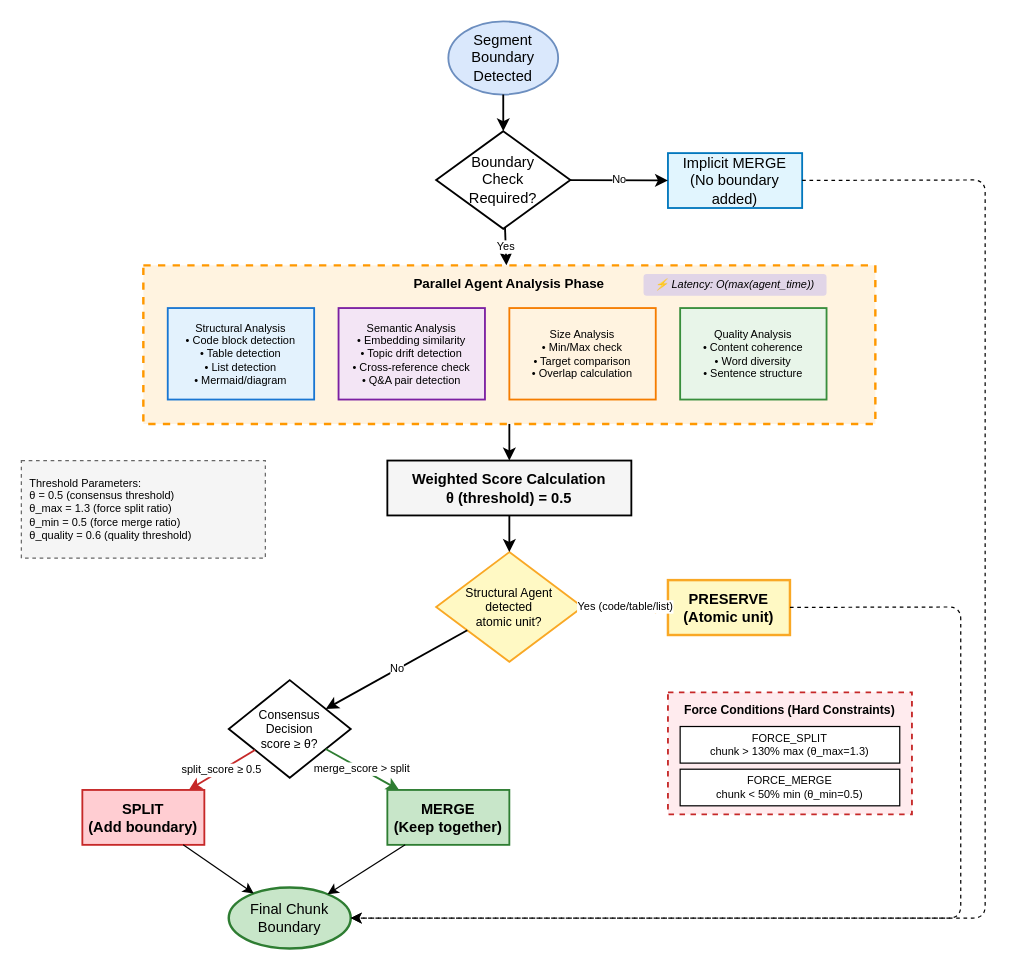
The draw.io diagram diagrams/drawio/02_decision_pipeline.drawio in EngindalgaMaku/ebars, before the edit. Source tidied: cells renumbered, new cells numbered last; positions are measured from the earlier drawing's top-left corner, leaving out a move shared by most shapes. Both pictures are drawn from the tidied source at 122%, with x=0, y=0 at pixel (21, 21).
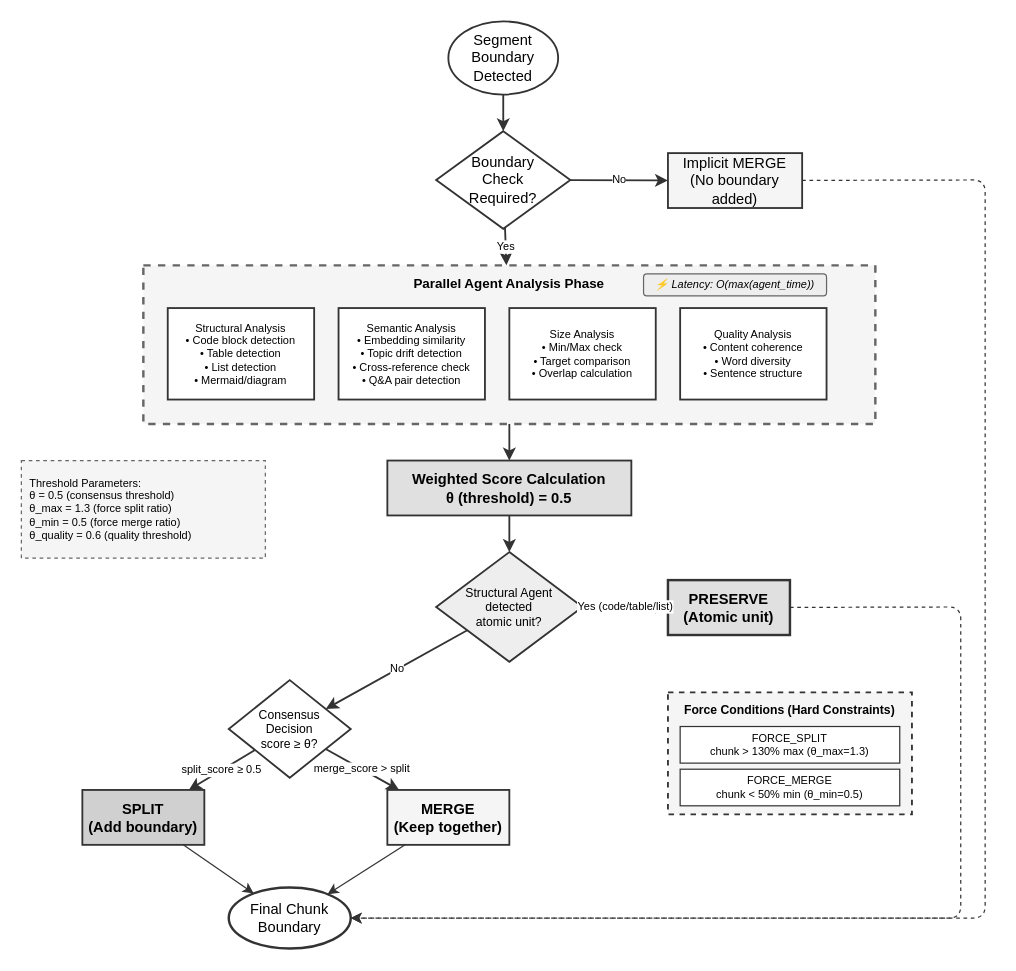
After the change.

The edit, as a diff of the source:
```diff
@@
-    <mxCell id="2" value="Segment&#10;Boundary&#10;Detected" style="ellipse;whiteSpace=wrap;html=1;fillColor=#dae8fc;strokeColor=#6c8ebf;strokeWidth=1.5;" parent="1" vertex="1">
+    <mxCell id="2" value="Segment&#10;Boundary&#10;Detected" style="ellipse;whiteSpace=wrap;html=1;fillColor=#ffffff;strokeColor=#333333;strokeWidth=1.5;" parent="1" vertex="1">
       <mxGeometry x="350" width="90" height="60" as="geometry" />
     </mxCell>
-    <mxCell id="3" value="Boundary&#10;Check&#10;Required?" style="rhombus;whiteSpace=wrap;html=1;fillColor=#ffffff;strokeColor=#000000;strokeWidth=1.5;" parent="1" vertex="1">
+    <mxCell id="3" value="Boundary&#10;Check&#10;Required?" style="rhombus;whiteSpace=wrap;html=1;fillColor=#ffffff;strokeColor=#333333;strokeWidth=1.5;" parent="1" vertex="1">
       <mxGeometry x="340" y="90" width="110" height="80" as="geometry" />
     </mxCell>
-    <mxCell id="4" value="Implicit MERGE&#10;(No boundary added)" style="rounded=0;whiteSpace=wrap;html=1;fillColor=#e1f5fe;strokeColor=#0277bd;strokeWidth=1.5;" parent="1" vertex="1">
+    <mxCell id="4" value="Implicit MERGE&#10;(No boundary added)" style="rounded=0;whiteSpace=wrap;html=1;fillColor=#f5f5f5;strokeColor=#333333;strokeWidth=1.5;" parent="1" vertex="1">
       <mxGeometry x="530" y="108" width="110" height="45" as="geometry" />
     </mxCell>
-    <mxCell id="5" style="rounded=0;whiteSpace=wrap;html=1;fillColor=#fff3e0;strokeColor=#ff9800;strokeWidth=2;dashed=1;" parent="1" vertex="1">
+    <mxCell id="5" style="rounded=0;whiteSpace=wrap;html=1;fillColor=#f5f5f5;strokeColor=#666666;strokeWidth=2;dashed=1;" parent="1" vertex="1">
       <mxGeometry x="100" y="200" width="600" height="130" as="geometry" />
     </mxCell>
@@
-    <mxCell id="7" value="⚡ Latency: O(max(agent_time))" style="text;html=1;strokeColor=none;fillColor=#e1d5e7;align=center;verticalAlign=middle;whiteSpace=wrap;rounded=1;fontSize=9;fontStyle=2;" parent="1" vertex="1">
+    <mxCell id="7" value="⚡ Latency: O(max(agent_time))" style="text;html=1;strokeColor=#666666;fillColor=#eeeeee;align=center;verticalAlign=middle;whiteSpace=wrap;rounded=1;fontSize=9;fontStyle=2;" parent="1" vertex="1">
       <mxGeometry x="510" y="207" width="150" height="18" as="geometry" />
     </mxCell>
-    <mxCell id="8" value="Structural Analysis&#10;• Code block detection&#10;• Table detection&#10;• List detection&#10;• Mermaid/diagram" style="rounded=0;whiteSpace=wrap;html=1;fillColor=#e3f2fd;strokeColor=#1976d2;strokeWidth=1.5;fontSize=9;" parent="1" vertex="1">
+    <mxCell id="8" value="Structural Analysis&#10;• Code block detection&#10;• Table detection&#10;• List detection&#10;• Mermaid/diagram" style="rounded=0;whiteSpace=wrap;html=1;fillColor=#ffffff;strokeColor=#333333;strokeWidth=1.5;fontSize=9;" parent="1" vertex="1">
       <mxGeometry x="120" y="235" width="120" height="75" as="geometry" />
     </mxCell>
-    <mxCell id="9" value="Semantic Analysis&#10;• Embedding similarity&#10;• Topic drift detection&#10;• Cross-reference check&#10;• Q&amp;A pair detection" style="rounded=0;whiteSpace=wrap;html=1;fillColor=#f3e5f5;strokeColor=#7b1fa2;strokeWidth=1.5;fontSize=9;" parent="1" vertex="1">
+    <mxCell id="9" value="Semantic Analysis&#10;• Embedding similarity&#10;• Topic drift detection&#10;• Cross-reference check&#10;• Q&amp;A pair detection" style="rounded=0;whiteSpace=wrap;html=1;fillColor=#ffffff;strokeColor=#333333;strokeWidth=1.5;fontSize=9;" parent="1" vertex="1">
       <mxGeometry x="260" y="235" width="120" height="75" as="geometry" />
     </mxCell>
-    <mxCell id="10" value="Size Analysis&#10;• Min/Max check&#10;• Target comparison&#10;• Overlap calculation" style="rounded=0;whiteSpace=wrap;html=1;fillColor=#fff3e0;strokeColor=#f57c00;strokeWidth=1.5;fontSize=9;" parent="1" vertex="1">
+    <mxCell id="10" value="Size Analysis&#10;• Min/Max check&#10;• Target comparison&#10;• Overlap calculation" style="rounded=0;whiteSpace=wrap;html=1;fillColor=#ffffff;strokeColor=#333333;strokeWidth=1.5;fontSize=9;" parent="1" vertex="1">
       <mxGeometry x="400" y="235" width="120" height="75" as="geometry" />
     </mxCell>
-    <mxCell id="11" value="Quality Analysis&#10;• Content coherence&#10;• Word diversity&#10;• Sentence structure" style="rounded=0;whiteSpace=wrap;html=1;fillColor=#e8f5e9;strokeColor=#388e3c;strokeWidth=1.5;fontSize=9;" parent="1" vertex="1">
+    <mxCell id="11" value="Quality Analysis&#10;• Content coherence&#10;• Word diversity&#10;• Sentence structure" style="rounded=0;whiteSpace=wrap;html=1;fillColor=#ffffff;strokeColor=#333333;strokeWidth=1.5;fontSize=9;" parent="1" vertex="1">
       <mxGeometry x="540" y="235" width="120" height="75" as="geometry" />
     </mxCell>
-    <mxCell id="12" value="Weighted Score Calculation&#10;θ (threshold) = 0.5" style="rounded=0;whiteSpace=wrap;html=1;fillColor=#f5f5f5;strokeColor=#000000;strokeWidth=1.5;fontStyle=1;" parent="1" vertex="1">
+    <mxCell id="12" value="Weighted Score Calculation&#10;θ (threshold) = 0.5" style="rounded=0;whiteSpace=wrap;html=1;fillColor=#e0e0e0;strokeColor=#333333;strokeWidth=1.5;fontStyle=1;" parent="1" vertex="1">
       <mxGeometry x="300" y="360" width="200" height="45" as="geometry" />
     </mxCell>
-    <mxCell id="13" value="Structural Agent&#10;detected&#10;atomic unit?" style="rhombus;whiteSpace=wrap;html=1;fillColor=#fff9c4;strokeColor=#f9a825;strokeWidth=1.5;fontSize=10;" parent="1" vertex="1">
+    <mxCell id="13" value="Structural Agent&#10;detected&#10;atomic unit?" style="rhombus;whiteSpace=wrap;html=1;fillColor=#eeeeee;strokeColor=#333333;strokeWidth=1.5;fontSize=10;" parent="1" vertex="1">
       <mxGeometry x="340" y="435" width="120" height="90" as="geometry" />
     </mxCell>
-    <mxCell id="14" value="Consensus&#10;Decision&#10;score ≥ θ?" style="rhombus;whiteSpace=wrap;html=1;fillColor=#ffffff;strokeColor=#000000;strokeWidth=1.5;fontSize=10;" parent="1" vertex="1">
+    <mxCell id="14" value="Consensus&#10;Decision&#10;score ≥ θ?" style="rhombus;whiteSpace=wrap;html=1;fillColor=#ffffff;strokeColor=#333333;strokeWidth=1.5;fontSize=10;" parent="1" vertex="1">
       <mxGeometry x="170" y="540" width="100" height="80" as="geometry" />
     </mxCell>
-    <mxCell id="15" value="PRESERVE&#10;(Atomic unit)" style="rounded=0;whiteSpace=wrap;html=1;fillColor=#fff9c4;strokeColor=#f9a825;strokeWidth=2;fontStyle=1;" parent="1" vertex="1">
+    <mxCell id="15" value="PRESERVE&#10;(Atomic unit)" style="rounded=0;whiteSpace=wrap;html=1;fillColor=#e0e0e0;strokeColor=#333333;strokeWidth=2;fontStyle=1;" parent="1" vertex="1">
       <mxGeometry x="530" y="458" width="100" height="45" as="geometry" />
     </mxCell>
-    <mxCell id="16" value="SPLIT&#10;(Add boundary)" style="rounded=0;whiteSpace=wrap;html=1;fillColor=#ffcdd2;strokeColor=#c62828;strokeWidth=1.5;fontStyle=1;" parent="1" vertex="1">
+    <mxCell id="16" value="SPLIT&#10;(Add boundary)" style="rounded=0;whiteSpace=wrap;html=1;fillColor=#d0d0d0;strokeColor=#333333;strokeWidth=1.5;fontStyle=1;" parent="1" vertex="1">
       <mxGeometry x="50" y="630" width="100" height="45" as="geometry" />
     </mxCell>
-    <mxCell id="17" value="MERGE&#10;(Keep together)" style="rounded=0;whiteSpace=wrap;html=1;fillColor=#c8e6c9;strokeColor=#2e7d32;strokeWidth=1.5;fontStyle=1;" parent="1" vertex="1">
+    <mxCell id="17" value="MERGE&#10;(Keep together)" style="rounded=0;whiteSpace=wrap;html=1;fillColor=#f5f5f5;strokeColor=#333333;strokeWidth=1.5;fontStyle=1;" parent="1" vertex="1">
       <mxGeometry x="300" y="630" width="100" height="45" as="geometry" />
     </mxCell>
-    <mxCell id="18" style="rounded=0;whiteSpace=wrap;html=1;fillColor=#ffebee;strokeColor=#c62828;strokeWidth=1.5;dashed=1;" parent="1" vertex="1">
+    <mxCell id="18" style="rounded=0;whiteSpace=wrap;html=1;fillColor=#f5f5f5;strokeColor=#333333;strokeWidth=1.5;dashed=1;" parent="1" vertex="1">
       <mxGeometry x="530" y="550" width="200" height="100" as="geometry" />
     </mxCell>
@@
-    <mxCell id="20" value="FORCE_SPLIT&#10;chunk &gt; 130% max (θ_max=1.3)" style="rounded=0;whiteSpace=wrap;html=1;fillColor=#ffffff;strokeColor=#000000;strokeWidth=1;fontSize=9;" parent="1" vertex="1">
+    <mxCell id="20" value="FORCE_SPLIT&#10;chunk &gt; 130% max (θ_max=1.3)" style="rounded=0;whiteSpace=wrap;html=1;fillColor=#ffffff;strokeColor=#333333;strokeWidth=1;fontSize=9;" parent="1" vertex="1">
       <mxGeometry x="540" y="578" width="180" height="30" as="geometry" />
     </mxCell>
-    <mxCell id="21" value="FORCE_MERGE&#10;chunk &lt; 50% min (θ_min=0.5)" style="rounded=0;whiteSpace=wrap;html=1;fillColor=#ffffff;strokeColor=#000000;strokeWidth=1;fontSize=9;" parent="1" vertex="1">
+    <mxCell id="21" value="FORCE_MERGE&#10;chunk &lt; 50% min (θ_min=0.5)" style="rounded=0;whiteSpace=wrap;html=1;fillColor=#ffffff;strokeColor=#333333;strokeWidth=1;fontSize=9;" parent="1" vertex="1">
       <mxGeometry x="540" y="613" width="180" height="30" as="geometry" />
     </mxCell>
-    <mxCell id="22" value="Final Chunk&#10;Boundary" style="ellipse;whiteSpace=wrap;html=1;fillColor=#c8e6c9;strokeColor=#2e7d32;strokeWidth=2;" parent="1" vertex="1">
+    <mxCell id="22" value="Final Chunk&#10;Boundary" style="ellipse;whiteSpace=wrap;html=1;fillColor=#ffffff;strokeColor=#333333;strokeWidth=2;" parent="1" vertex="1">
       <mxGeometry x="170" y="710" width="100" height="50" as="geometry" />
     </mxCell>
-    <mxCell id="23" style="endArrow=classic;html=1;strokeWidth=1.5;strokeColor=#000000;" parent="1" edge="1" source="2" target="3">
+    <mxCell id="23" style="endArrow=classic;html=1;strokeWidth=1.5;strokeColor=#333333;" parent="1" edge="1" source="2" target="3">
       <mxGeometry relative="1" as="geometry" />
     </mxCell>
-    <mxCell id="24" value="No" style="endArrow=classic;html=1;strokeWidth=1.5;strokeColor=#000000;fontSize=9;" parent="1" edge="1" source="3" target="4">
+    <mxCell id="24" value="No" style="endArrow=classic;html=1;strokeWidth=1.5;strokeColor=#333333;fontSize=9;" parent="1" edge="1" source="3" target="4">
       <mxGeometry relative="1" as="geometry" />
     </mxCell>
-    <mxCell id="25" value="Yes" style="endArrow=classic;html=1;strokeWidth=1.5;strokeColor=#000000;fontSize=9;" parent="1" edge="1" source="3" target="5">
+    <mxCell id="25" value="Yes" style="endArrow=classic;html=1;strokeWidth=1.5;strokeColor=#333333;fontSize=9;" parent="1" edge="1" source="3" target="5">
       <mxGeometry relative="1" as="geometry" />
     </mxCell>
-    <mxCell id="26" style="endArrow=classic;html=1;strokeWidth=1.5;strokeColor=#000000;" parent="1" edge="1" source="5" target="12">
+    <mxCell id="26" style="endArrow=classic;html=1;strokeWidth=1.5;strokeColor=#333333;" parent="1" edge="1" source="5" target="12">
       <mxGeometry relative="1" as="geometry" />
     </mxCell>
-    <mxCell id="27" style="endArrow=classic;html=1;strokeWidth=1.5;strokeColor=#000000;" parent="1" edge="1" source="12" target="13">
+    <mxCell id="27" style="endArrow=classic;html=1;strokeWidth=1.5;strokeColor=#333333;" parent="1" edge="1" source="12" target="13">
       <mxGeometry relative="1" as="geometry" />
     </mxCell>
-    <mxCell id="28" value="Yes (code/table/list)" style="endArrow=classic;html=1;strokeWidth=1.5;strokeColor=#f9a825;fontSize=9;" parent="1" edge="1" source="13" target="15">
+    <mxCell id="28" value="Yes (code/table/list)" style="endArrow=classic;html=1;strokeWidth=1.5;strokeColor=#333333;fontSize=9;" parent="1" edge="1" source="13" target="15">
       <mxGeometry relative="1" as="geometry" />
     </mxCell>
-    <mxCell id="29" value="No" style="endArrow=classic;html=1;strokeWidth=1.5;strokeColor=#000000;fontSize=9;" parent="1" edge="1" source="13" target="14">
+    <mxCell id="29" value="No" style="endArrow=classic;html=1;strokeWidth=1.5;strokeColor=#333333;fontSize=9;" parent="1" edge="1" source="13" target="14">
       <mxGeometry relative="1" as="geometry" />
     </mxCell>
-    <mxCell id="30" value="split_score ≥ 0.5" style="endArrow=classic;html=1;strokeWidth=1.5;strokeColor=#c62828;fontSize=9;" parent="1" edge="1" source="14" target="16">
+    <mxCell id="30" value="split_score ≥ 0.5" style="endArrow=classic;html=1;strokeWidth=1.5;strokeColor=#333333;fontSize=9;" parent="1" edge="1" source="14" target="16">
       <mxGeometry relative="1" as="geometry" />
     </mxCell>
-    <mxCell id="31" value="merge_score &gt; split" style="endArrow=classic;html=1;strokeWidth=1.5;strokeColor=#2e7d32;fontSize=9;" parent="1" edge="1" source="14" target="17">
+    <mxCell id="31" value="merge_score &gt; split" style="endArrow=classic;html=1;strokeWidth=1.5;strokeColor=#333333;fontSize=9;" parent="1" edge="1" source="14" target="17">
       <mxGeometry relative="1" as="geometry" />
     </mxCell>
-    <mxCell id="32" style="endArrow=classic;html=1;strokeWidth=1;strokeColor=#000000;" parent="1" edge="1" source="16" target="22">
+    <mxCell id="32" style="endArrow=classic;html=1;strokeWidth=1;strokeColor=#333333;" parent="1" edge="1" source="16" target="22">
       <mxGeometry relative="1" as="geometry" />
     </mxCell>
-    <mxCell id="33" style="endArrow=classic;html=1;strokeWidth=1;strokeColor=#000000;" parent="1" edge="1" source="17" target="22">
+    <mxCell id="33" style="endArrow=classic;html=1;strokeWidth=1;strokeColor=#333333;" parent="1" edge="1" source="17" target="22">
       <mxGeometry relative="1" as="geometry" />
     </mxCell>
-    <mxCell id="34" style="endArrow=classic;html=1;strokeWidth=1;strokeColor=#000000;dashed=1;" parent="1" edge="1" source="15" target="22">
+    <mxCell id="34" style="endArrow=classic;html=1;strokeWidth=1;strokeColor=#333333;dashed=1;" parent="1" edge="1" source="15" target="22">
       <mxGeometry relative="1" as="geometry">
         <Array as="points">
           <mxPoint x="770" y="480" />
           <mxPoint x="770" y="735" />
         </Array>
       </mxGeometry>
     </mxCell>
-    <mxCell id="35" style="endArrow=classic;html=1;strokeWidth=1;strokeColor=#000000;dashed=1;" parent="1" edge="1" source="4" target="22">
+    <mxCell id="35" style="endArrow=classic;html=1;strokeWidth=1;strokeColor=#333333;dashed=1;" parent="1" edge="1" source="4" target="22">
       <mxGeometry relative="1" as="geometry">
         <Array as="points">
           <mxPoint x="790" y="130" />
           <mxPoint x="790" y="735" />
         </Array>
       </mxGeometry>
     </mxCell>
```
